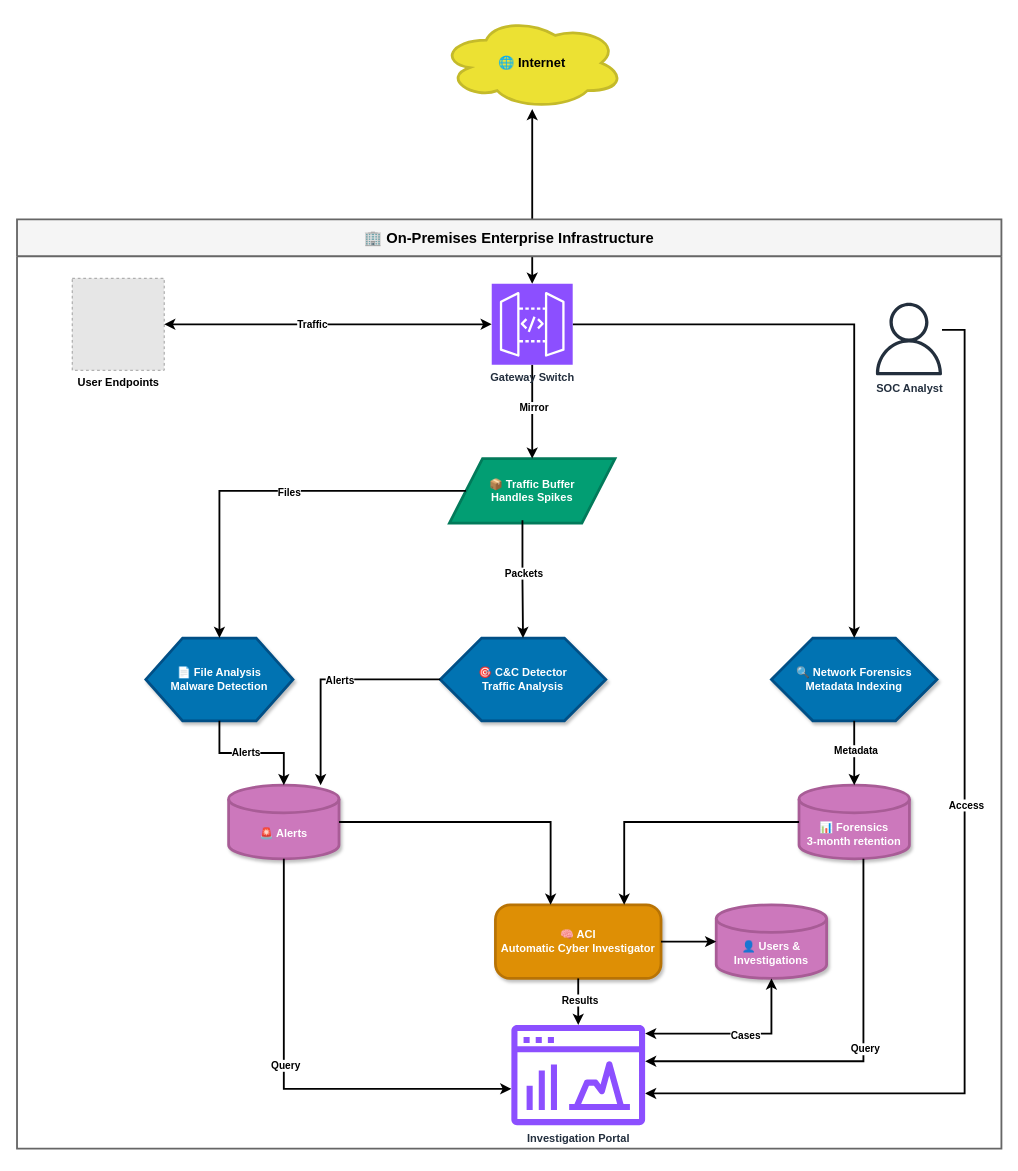
The draw.io diagram docs/diagrams/MS1-architecture.drawio in prakalovic/GlobalDevExpertsProject, before the edit. Source tidied: cells renumbered, new cells numbered last; positions are measured from the earlier drawing's top-left corner, leaving out a move shared by most shapes. Both pictures are drawn from the tidied source at 92%, with x=0, y=0 at pixel (17, 17). Pictures stored in the file or linked from it are replaced by grey dashed boxes.
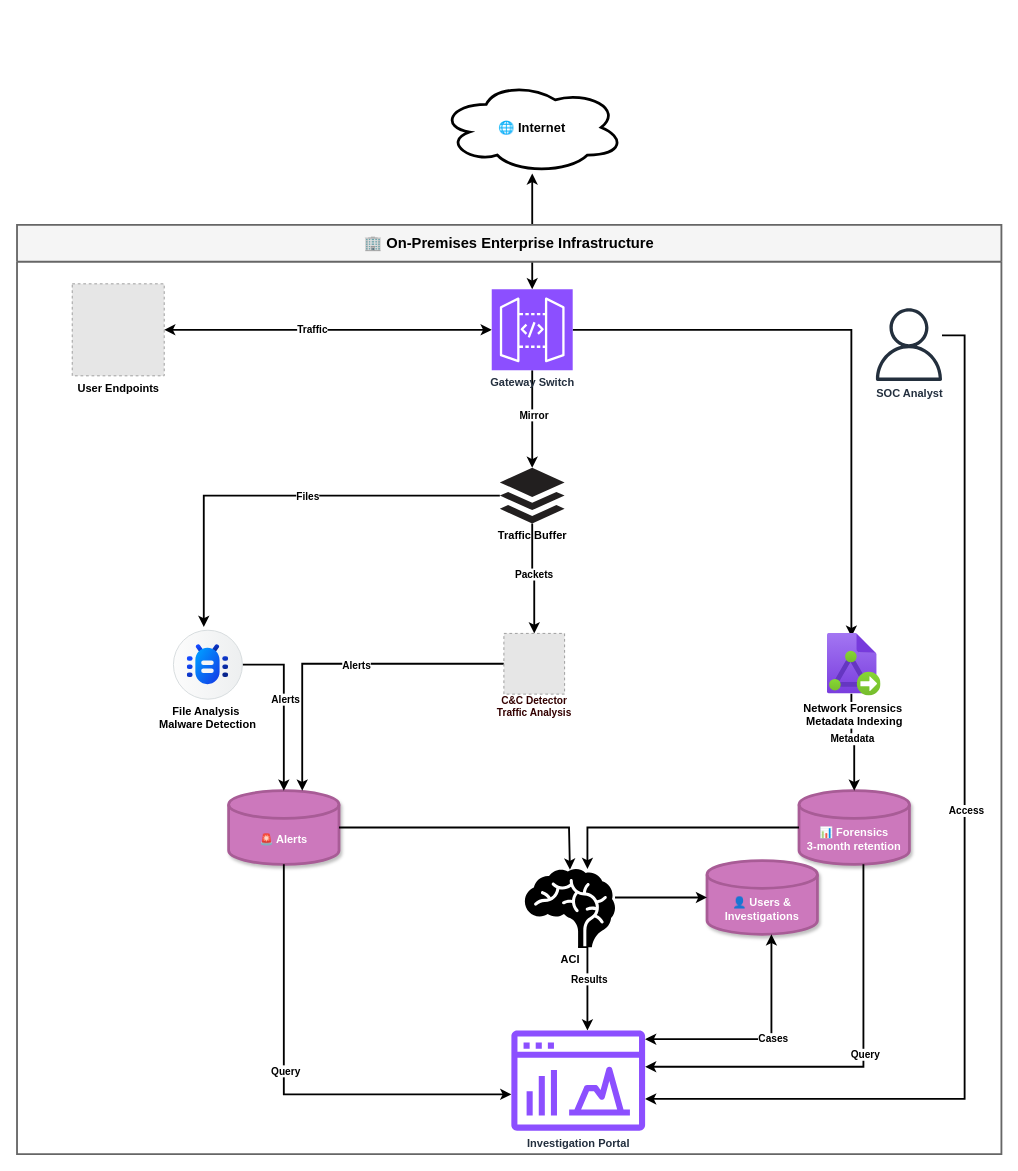
Above is the later version.

Commit message:
Refactor CyberFortNexus architecture diagram for improved clarity and structure

Unchanged cells that the change refers to:
```xml
<mxCell id="10" value="🚨 Alerts" style="shape=cylinder3;whiteSpace=wrap;html=1;boundedLbl=1;backgroundOutline=1;size=15;fillColor=#CC78BC;strokeColor=#A85C96;strokeWidth=3;fontStyle=1;fontSize=12;fontColor=#FFFFFF;shadow=1;" parent="4" vertex="1">
  <mxGeometry x="230" y="615" width="120" height="80" as="geometry" />
</mxCell>
<mxCell id="11" value="📊 Forensics&lt;br&gt;3-month retention" style="shape=cylinder3;whiteSpace=wrap;html=1;boundedLbl=1;backgroundOutline=1;size=15;fillColor=#CC78BC;strokeColor=#A85C96;strokeWidth=3;fontStyle=1;fontSize=12;fontColor=#FFFFFF;shadow=1;" parent="4" vertex="1">
  <mxGeometry x="850" y="615" width="120" height="80" as="geometry" />
</mxCell>
<mxCell id="41" value="&lt;b&gt;Investigation Portal&lt;/b&gt;" style="sketch=0;outlineConnect=0;fontColor=#232F3E;gradientColor=none;fillColor=#8C4FFF;strokeColor=none;dashed=0;verticalLabelPosition=bottom;verticalAlign=top;align=center;html=1;fontSize=12;fontStyle=0;shape=mxgraph.aws4.opensearch_dashboards;" parent="4" vertex="1">
  <mxGeometry x="537.3" y="875" width="145.4" height="110" as="geometry" />
</mxCell>
<mxCell id="44" value="&lt;b&gt;Gateway Switch&lt;/b&gt;" style="sketch=0;points=[[0,0,0],[0.25,0,0],[0.5,0,0],[0.75,0,0],[1,0,0],[0,1,0],[0.25,1,0],[0.5,1,0],[0.75,1,0],[1,1,0],[0,0.25,0],[0,0.5,0],[0,0.75,0],[1,0.25,0],[1,0.5,0],[1,0.75,0]];outlineConnect=0;fontColor=#232F3E;fillColor=#8C4FFF;strokeColor=#ffffff;dashed=0;verticalLabelPosition=bottom;verticalAlign=top;align=center;html=1;fontSize=12;fontStyle=0;shape=mxgraph.aws4.resourceIcon;resIcon=mxgraph.aws4.api_gateway;" parent="4" vertex="1">
  <mxGeometry x="516" y="70" width="88" height="88" as="geometry" />
</mxCell>
```

What changed in the source:
```diff
@@
-    <mxCell id="3" value="🌐 Internet" style="ellipse;shape=cloud;whiteSpace=wrap;html=1;fillColor=#ECE133;strokeColor=#C4BA2A;strokeWidth=3;fontStyle=1;fontSize=14;" parent="1" vertex="1">
-      <mxGeometry x="460" width="200" height="100" as="geometry" />
+    <mxCell id="3" value="🌐 Internet" style="ellipse;shape=cloud;whiteSpace=wrap;html=1;fillColor=#FFFFFF;strokeColor=light-dark(#000000, #645c00);strokeWidth=3;fontStyle=1;fontSize=14;" parent="1" vertex="1">
+      <mxGeometry x="460" y="70" width="200" height="100" as="geometry" />
     </mxCell>
     <mxCell id="4" value="🏢 On-Premises Enterprise Infrastructure" style="swimlane;whiteSpace=wrap;html=1;fillColor=#F5F5F5;strokeColor=#666666;strokeWidth=2;fontStyle=1;fontSize=16;startSize=40;" parent="1" vertex="1">
-      <mxGeometry y="220" width="1070" height="1010" as="geometry" />
+      <mxGeometry y="226" width="1070" height="1010" as="geometry" />
     </mxCell>
@@
-    <mxCell id="6" value="📦 Traffic Buffer&lt;br&gt;Handles Spikes" style="shape=parallelogram;perimeter=parallelogramPerimeter;whiteSpace=wrap;html=1;fillColor=#029E73;strokeColor=#027A5A;strokeWidth=3;fontStyle=1;fontSize=12;fontColor=#FFFFFF;" parent="4" vertex="1">
-      <mxGeometry x="470" y="260" width="180" height="70" as="geometry" />
-    </mxCell>
-    <mxCell id="7" value="📄 File Analysis&lt;br&gt;Malware Detection" style="shape=hexagon;perimeter=hexagonPerimeter2;whiteSpace=wrap;html=1;fillColor=#0173B2;strokeColor=#014F86;strokeWidth=3;fontStyle=1;fontSize=12;fontColor=#FFFFFF;shadow=1;" parent="4" vertex="1">
-      <mxGeometry x="140" y="455" width="160" height="90" as="geometry" />
-    </mxCell>
-    <mxCell id="8" value="🎯 C&amp;C Detector&lt;br&gt;Traffic Analysis" style="shape=hexagon;perimeter=hexagonPerimeter2;whiteSpace=wrap;html=1;fillColor=#0173B2;strokeColor=#014F86;strokeWidth=3;fontStyle=1;fontSize=12;fontColor=#FFFFFF;shadow=1;" parent="4" vertex="1">
-      <mxGeometry x="460" y="455" width="180" height="90" as="geometry" />
-    </mxCell>
-    <mxCell id="9" value="🔍 Network Forensics&lt;br&gt;Metadata Indexing" style="shape=hexagon;perimeter=hexagonPerimeter2;whiteSpace=wrap;html=1;fillColor=#0173B2;strokeColor=#014F86;strokeWidth=3;fontStyle=1;fontSize=12;fontColor=#FFFFFF;shadow=1;" parent="4" vertex="1">
-      <mxGeometry x="820" y="455" width="180" height="90" as="geometry" />
-    </mxCell>
@@
     <mxCell id="12" value="👤 Users &amp;&lt;br&gt;Investigations" style="shape=cylinder3;whiteSpace=wrap;html=1;boundedLbl=1;backgroundOutline=1;size=15;fillColor=#CC78BC;strokeColor=#A85C96;strokeWidth=3;fontStyle=1;fontSize=12;fontColor=#FFFFFF;shadow=1;" parent="4" vertex="1">
-      <mxGeometry x="760" y="745" width="120" height="80" as="geometry" />
+      <mxGeometry x="750" y="691" width="120" height="80" as="geometry" />
     </mxCell>
-    <mxCell id="13" value="🧠 ACI&lt;br&gt;Automatic Cyber Investigator" style="rounded=1;whiteSpace=wrap;html=1;fillColor=#DE8F05;strokeColor=#B87304;strokeWidth=3;fontStyle=1;fontSize=12;fontColor=#FFFFFF;arcSize=20;shadow=1;" parent="4" vertex="1">
-      <mxGeometry x="520" y="745" width="180" height="80" as="geometry" />
-    </mxCell>
@@
-    <mxCell id="16" style="edgeStyle=orthogonalEdgeStyle;rounded=0;jettySize=auto;html=1;strokeWidth=2;endArrow=classic;endFill=1;" parent="4" edge="1" source="6" target="7">
+    <mxCell id="16" style="edgeStyle=orthogonalEdgeStyle;rounded=0;jettySize=auto;html=1;strokeWidth=2;endArrow=classic;endFill=1;entryX=0.44;entryY=-0.048;entryDx=0;entryDy=0;entryPerimeter=0;" parent="4" edge="1" source="46" target="47">
       <mxGeometry relative="1" as="geometry" />
     </mxCell>
@@
-    <mxCell id="18" style="edgeStyle=orthogonalEdgeStyle;rounded=0;jettySize=auto;html=1;strokeWidth=2;endArrow=classic;endFill=1;exitX=0.441;exitY=0.957;exitDx=0;exitDy=0;exitPerimeter=0;" parent="4" edge="1" source="6" target="8">
+    <mxCell id="18" style="edgeStyle=orthogonalEdgeStyle;rounded=0;jettySize=auto;html=1;strokeWidth=2;endArrow=classic;endFill=1;entryX=0.5;entryY=0;entryDx=0;entryDy=0;" parent="4" edge="1" source="46" target="48">
       <mxGeometry relative="1" as="geometry" />
     </mxCell>
@@
-    <mxCell id="20" style="edgeStyle=orthogonalEdgeStyle;rounded=0;jettySize=auto;html=1;strokeWidth=2;endArrow=classic;endFill=1;" parent="4" edge="1" source="44" target="9">
+    <mxCell id="20" style="edgeStyle=orthogonalEdgeStyle;rounded=0;jettySize=auto;html=1;strokeWidth=2;endArrow=classic;endFill=1;entryX=0.447;entryY=0.053;entryDx=0;entryDy=0;entryPerimeter=0;" parent="4" edge="1" source="44" target="49">
       <mxGeometry relative="1" as="geometry" />
     </mxCell>
-    <mxCell id="21" style="edgeStyle=orthogonalEdgeStyle;rounded=0;jettySize=auto;html=1;strokeWidth=2;endArrow=classic;endFill=1;" parent="4" edge="1" source="7" target="10">
+    <mxCell id="21" style="edgeStyle=orthogonalEdgeStyle;rounded=0;jettySize=auto;html=1;strokeWidth=2;endArrow=classic;endFill=1;exitX=1;exitY=0.5;exitDx=0;exitDy=0;exitPerimeter=0;" parent="4" edge="1" source="47" target="10">
       <mxGeometry relative="1" as="geometry" />
     </mxCell>
@@
-    <mxCell id="23" style="edgeStyle=orthogonalEdgeStyle;rounded=0;jettySize=auto;html=1;strokeWidth=2;endArrow=classic;endFill=1;" parent="4" edge="1" source="8" target="10">
+    <mxCell id="23" style="edgeStyle=orthogonalEdgeStyle;rounded=0;jettySize=auto;html=1;strokeWidth=2;endArrow=classic;endFill=1;exitX=0;exitY=0.5;exitDx=0;exitDy=0;" parent="4" edge="1" source="48" target="10">
       <mxGeometry relative="1" as="geometry">
         <Array as="points">
-          <mxPoint x="330" y="500" />
+          <mxPoint x="310" y="477" />
         </Array>
       </mxGeometry>
     </mxCell>
@@
-    <mxCell id="25" style="edgeStyle=orthogonalEdgeStyle;rounded=0;jettySize=auto;html=1;strokeWidth=2;endArrow=classic;endFill=1;" parent="4" edge="1" source="9" target="11">
+    <mxCell id="25" style="edgeStyle=orthogonalEdgeStyle;rounded=0;jettySize=auto;html=1;strokeWidth=2;endArrow=classic;endFill=1;exitX=0.447;exitY=0.965;exitDx=0;exitDy=0;exitPerimeter=0;" parent="4" edge="1" source="49" target="11">
       <mxGeometry relative="1" as="geometry" />
     </mxCell>
@@
-    <mxCell id="27" style="edgeStyle=orthogonalEdgeStyle;rounded=0;jettySize=auto;html=1;strokeWidth=2;endArrow=classic;endFill=1;" parent="4" edge="1" source="10" target="13">
+    <mxCell id="27" style="edgeStyle=orthogonalEdgeStyle;rounded=0;jettySize=auto;html=1;strokeWidth=2;endArrow=classic;endFill=1;entryX=0.5;entryY=0.01;entryDx=0;entryDy=0;entryPerimeter=0;" parent="4" edge="1" source="10" target="45">
       <mxGeometry relative="1" as="geometry">
         <Array as="points">
-          <mxPoint x="580" y="655" />
+          <mxPoint x="600" y="655" />
         </Array>
       </mxGeometry>
     </mxCell>
-    <mxCell id="28" style="edgeStyle=orthogonalEdgeStyle;rounded=0;jettySize=auto;html=1;strokeWidth=2;endArrow=classic;endFill=1;" parent="4" edge="1" source="11" target="13">
+    <mxCell id="28" style="edgeStyle=orthogonalEdgeStyle;rounded=0;jettySize=auto;html=1;strokeWidth=2;endArrow=classic;endFill=1;entryX=0.694;entryY=0;entryDx=0;entryDy=0;entryPerimeter=0;" parent="4" edge="1" source="11" target="45">
       <mxGeometry relative="1" as="geometry">
         <Array as="points">
-          <mxPoint x="660" y="655" />
+          <mxPoint x="620" y="655" />
         </Array>
       </mxGeometry>
     </mxCell>
-    <mxCell id="29" style="edgeStyle=orthogonalEdgeStyle;rounded=0;jettySize=auto;html=1;strokeWidth=2;endArrow=classic;endFill=1;" parent="4" edge="1" source="13" target="12">
+    <mxCell id="29" style="edgeStyle=orthogonalEdgeStyle;rounded=0;jettySize=auto;html=1;strokeWidth=2;endArrow=classic;endFill=1;exitX=1;exitY=0.365;exitDx=0;exitDy=0;exitPerimeter=0;" parent="4" edge="1" source="45" target="12">
       <mxGeometry relative="1" as="geometry" />
     </mxCell>
@@
-    <mxCell id="36" style="edgeStyle=orthogonalEdgeStyle;rounded=0;jettySize=auto;html=1;strokeWidth=2;endArrow=classic;endFill=1;" parent="4" edge="1" source="13" target="41">
-      <mxGeometry relative="1" as="geometry" />
+    <mxCell id="36" style="edgeStyle=orthogonalEdgeStyle;rounded=0;jettySize=auto;html=1;strokeWidth=2;endArrow=classic;endFill=1;exitX=0.59;exitY=1;exitDx=0;exitDy=0;exitPerimeter=0;" parent="4" edge="1" source="45" target="41">
+      <mxGeometry relative="1" as="geometry">
+        <Array as="points">
+          <mxPoint x="620" y="785" />
+        </Array>
+      </mxGeometry>
     </mxCell>
@@
-    <mxCell id="42" style="edgeStyle=none;html=1;strokeWidth=2;" parent="4" edge="1" source="44" target="6">
+    <mxCell id="42" style="edgeStyle=none;html=1;strokeWidth=2;" parent="4" edge="1" source="44" target="46">
       <mxGeometry relative="1" as="geometry" />
     </mxCell>
@@
+    <mxCell id="45" value="&lt;b&gt;ACI&lt;/b&gt;" style="shape=mxgraph.signs.healthcare.brain;html=1;fillColor=#000000;strokeColor=none;verticalLabelPosition=bottom;verticalAlign=top;align=center;" parent="4" vertex="1">
+      <mxGeometry x="552" y="700" width="98" height="85" as="geometry" />
+    </mxCell>
+    <mxCell id="46" value="&lt;b&gt;Traffic Buffer&lt;/b&gt;" style="dashed=0;outlineConnect=0;html=1;align=center;labelPosition=center;verticalLabelPosition=bottom;verticalAlign=top;shape=mxgraph.weblogos.buffer;fillColor=#221F1F;strokeColor=none;" parent="4" vertex="1">
+      <mxGeometry x="524.8" y="264" width="70.4" height="60.4" as="geometry" />
+    </mxCell>
+    <mxCell id="47" value="File Analysis &#10;Malware Detection" style="shape=mxgraph.sap.icon;labelPosition=center;verticalLabelPosition=bottom;align=center;verticalAlign=top;strokeWidth=1;strokeColor=#D5DADD;fillColor=#EDEFF0;gradientColor=#FCFCFC;gradientDirection=west;SAPIcon=SAP_Cloud_Identity,_SAP_Malware_Scanning_Service;fontStyle=1;" parent="4" vertex="1">
+      <mxGeometry x="170" y="440.5" width="75" height="75" as="geometry" />
+    </mxCell>
+    <mxCell id="48" value="&lt;div&gt;&lt;span style=&quot;background-color: transparent;&quot;&gt;&lt;font style=&quot;color: rgb(51, 0, 0);&quot;&gt;C&amp;amp;C Detector&lt;/font&gt;&lt;/span&gt;&lt;/div&gt;&lt;div&gt;&lt;font style=&quot;color: rgb(51, 0, 0);&quot;&gt;Traffic Analysis&lt;/font&gt;&lt;/div&gt;" style="fillColor=#E6E6E6;strokeColor=#999999;dashed=1;html=1;verticalAlign=top;labelPosition=center;verticalLabelPosition=bottom;align=center;spacingTop=-6;fontSize=11;fontStyle=1;fontColor=#999999;" parent="4" vertex="1">
+      <mxGeometry x="529.2" y="444" width="66" height="66" as="geometry" />
+    </mxCell>
+    <mxCell id="49" value="&lt;b&gt;Network Forensics&amp;nbsp;&lt;/b&gt;&lt;div&gt;&lt;b&gt;Metadata Indexing&lt;/b&gt;&lt;/div&gt;" style="image;html=1;points=[];align=center;fontSize=12;image=img/lib/azure2/other/Express_Route_Traffic_Collector.svg;" parent="4" vertex="1">
+      <mxGeometry x="880.9" y="444" width="58.2" height="68" as="geometry" />
+    </mxCell>
```
